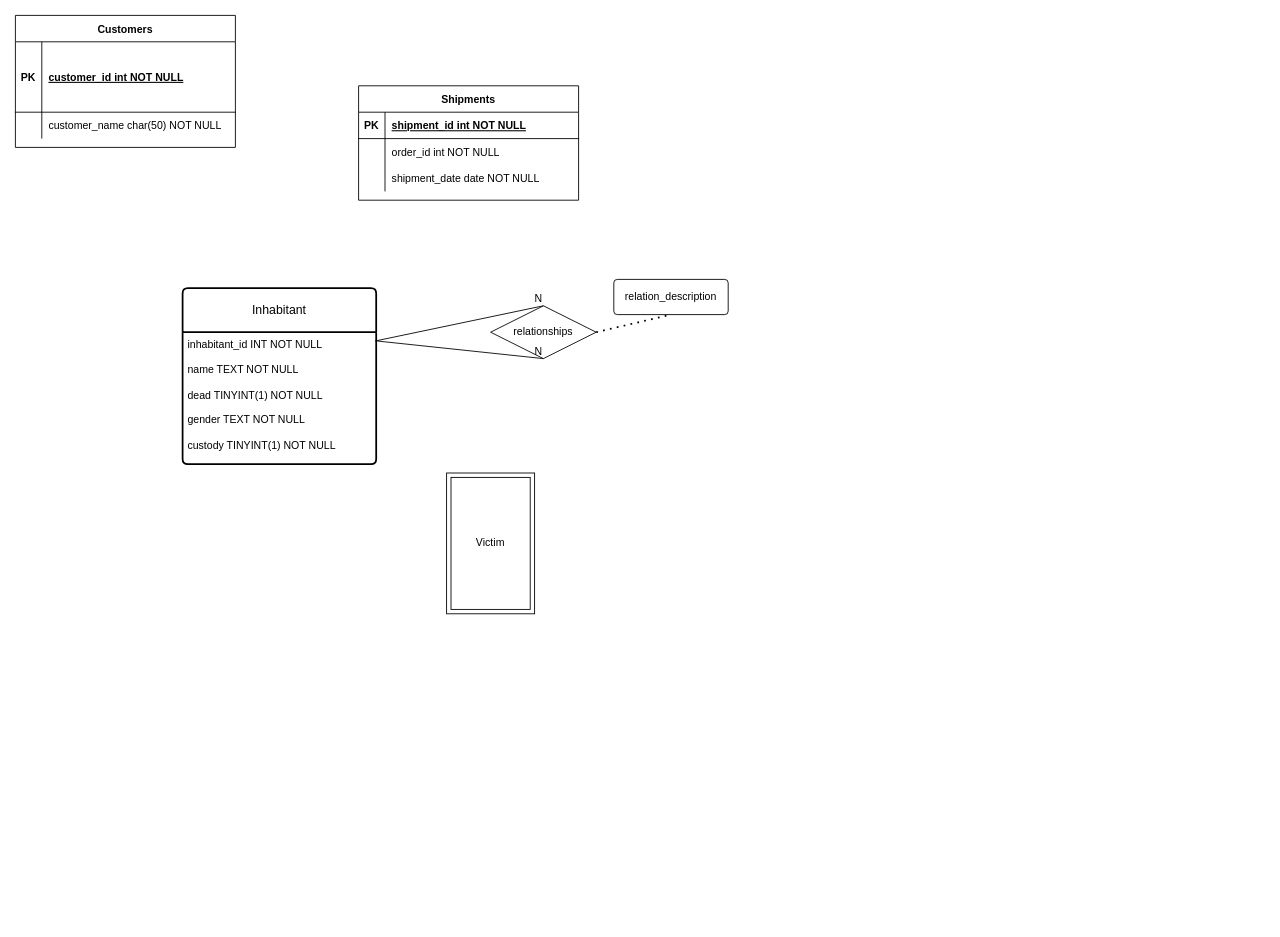
Earlier version of the draw.io diagram Untitled Diagram.drawio (chikubidestroyer/D.-Simulator). Source tidied: cells renumbered, new cells numbered last; positions are measured from the earlier drawing's top-left corner, leaving out a move shared by most shapes. Both pictures are drawn from the tidied source at 88%, with x=0, y=0 at pixel (15, 15).
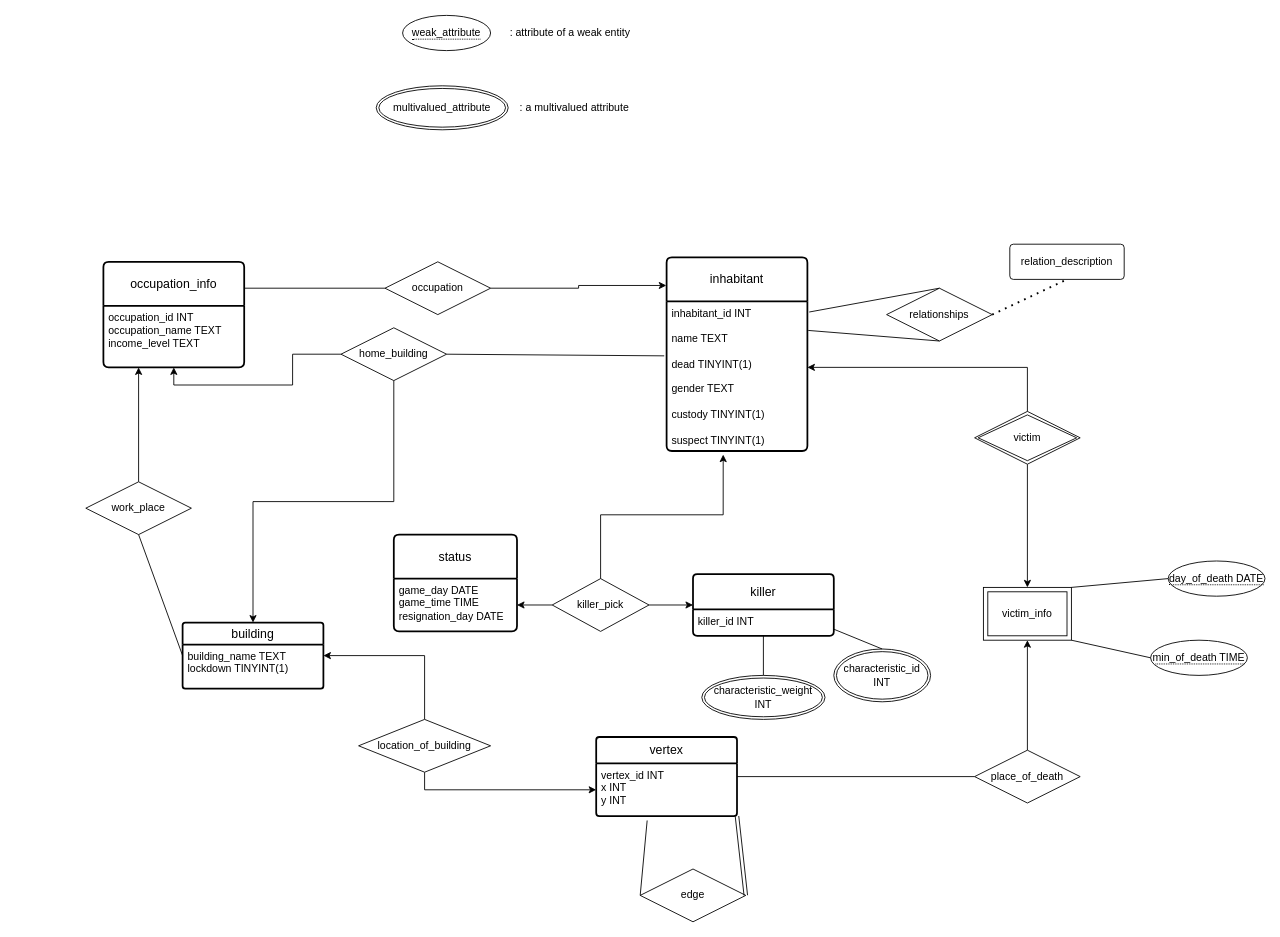
The same page after the edit.

What changed in the source:
```diff
@@
-    <mxCell id="2" value="Shipments" style="shape=table;startSize=30;childLayout=tableLayout;rowLines=0;fontStyle=1;align=center;" parent="1" vertex="1">
-      <mxGeometry x="390" y="80" width="250" height="130" as="geometry" />
-    </mxCell>
-    <mxCell id="3" style="shape=partialRectangle;fillColor=none;top=0;left=0;right=0;bottom=1;" parent="2" vertex="1">
-      <mxGeometry y="30" width="250" height="30" as="geometry" />
-    </mxCell>
-    <mxCell id="4" value="PK" style="shape=partialRectangle;overflow=hidden;fillColor=none;top=0;left=0;bottom=0;right=0;fontStyle=1;" parent="3" vertex="1">
-      <mxGeometry width="30" height="30" as="geometry" />
-    </mxCell>
-    <mxCell id="5" value="shipment_id int NOT NULL " style="shape=partialRectangle;overflow=hidden;fillColor=none;top=0;left=0;bottom=0;right=0;align=left;spacingLeft=6;fontStyle=5;" parent="3" vertex="1">
-      <mxGeometry x="30" width="220" height="30" as="geometry" />
-    </mxCell>
-    <mxCell id="6" style="shape=partialRectangle;fillColor=none;top=0;left=0;right=0;bottom=0;" parent="2" vertex="1">
-      <mxGeometry y="60" width="250" height="30" as="geometry" />
-    </mxCell>
-    <mxCell id="7" style="shape=partialRectangle;overflow=hidden;fillColor=none;top=0;left=0;bottom=0;right=0;" parent="6" vertex="1">
-      <mxGeometry width="30" height="30" as="geometry" />
-    </mxCell>
-    <mxCell id="8" value="order_id int NOT NULL" style="shape=partialRectangle;overflow=hidden;fillColor=none;top=0;left=0;bottom=0;right=0;align=left;spacingLeft=6;" parent="6" vertex="1">
-      <mxGeometry x="30" width="220" height="30" as="geometry" />
-    </mxCell>
-    <mxCell id="9" style="shape=partialRectangle;fillColor=none;top=0;left=0;right=0;bottom=0;" parent="2" vertex="1">
-      <mxGeometry y="90" width="250" height="30" as="geometry" />
-    </mxCell>
-    <mxCell id="10" style="shape=partialRectangle;overflow=hidden;fillColor=none;top=0;left=0;bottom=0;right=0;" parent="9" vertex="1">
-      <mxGeometry width="30" height="30" as="geometry" />
-    </mxCell>
-    <mxCell id="11" value="shipment_date date NOT NULL" style="shape=partialRectangle;overflow=hidden;fillColor=none;top=0;left=0;bottom=0;right=0;align=left;spacingLeft=6;" parent="9" vertex="1">
-      <mxGeometry x="30" width="220" height="30" as="geometry" />
-    </mxCell>
-    <mxCell id="12" value="Customers" style="shape=table;startSize=30;childLayout=tableLayout;rowLines=0;fontStyle=1;align=center;" parent="1" vertex="1">
-      <mxGeometry width="250" height="150" as="geometry" />
-    </mxCell>
-    <mxCell id="13" style="shape=partialRectangle;fillColor=none;top=0;left=0;right=0;bottom=1;" parent="12" vertex="1">
-      <mxGeometry y="30" width="250" height="80" as="geometry" />
-    </mxCell>
-    <mxCell id="14" value="PK" style="shape=partialRectangle;overflow=hidden;fillColor=none;top=0;left=0;bottom=0;right=0;fontStyle=1;" parent="13" vertex="1">
-      <mxGeometry width="30" height="80" as="geometry" />
-    </mxCell>
-    <mxCell id="15" value="customer_id int NOT NULL " style="shape=partialRectangle;overflow=hidden;fillColor=none;top=0;left=0;bottom=0;right=0;align=left;spacingLeft=6;fontStyle=5;" parent="13" vertex="1">
-      <mxGeometry x="30" width="220" height="80" as="geometry" />
-    </mxCell>
-    <mxCell id="16" style="shape=partialRectangle;fillColor=none;top=0;left=0;right=0;bottom=0;" parent="12" vertex="1">
-      <mxGeometry y="110" width="250" height="30" as="geometry" />
-    </mxCell>
-    <mxCell id="17" style="shape=partialRectangle;overflow=hidden;fillColor=none;top=0;left=0;bottom=0;right=0;" parent="16" vertex="1">
-      <mxGeometry width="30" height="30" as="geometry" />
-    </mxCell>
-    <mxCell id="18" value="customer_name char(50) NOT NULL" style="shape=partialRectangle;overflow=hidden;fillColor=none;top=0;left=0;bottom=0;right=0;align=left;spacingLeft=6;" parent="16" vertex="1">
-      <mxGeometry x="30" width="220" height="30" as="geometry" />
-    </mxCell>
     <mxCell id="19" value="relationships" style="shape=rhombus;perimeter=rhombusPerimeter;whiteSpace=wrap;html=1;align=center;" parent="1" vertex="1">
-      <mxGeometry x="540" y="330" width="120" height="60" as="geometry" />
+      <mxGeometry x="990" y="310" width="120" height="60" as="geometry" />
     </mxCell>
-    <mxCell id="20" style="endArrow=none;html=1;rounded=0;entryX=0.5;entryY=1;entryDx=0;entryDy=0;exitX=1.006;exitY=0.067;exitDx=0;exitDy=0;exitPerimeter=0;" parent="1" edge="1" source="28" target="19">
-      <mxGeometry relative="1" as="geometry" />
-    </mxCell>
-    <mxCell id="21" value="N" style="html=1;whiteSpace=wrap;align=right;verticalAlign=bottom;" parent="20" vertex="1">
-      <mxGeometry x="1" relative="1" as="geometry" />
-    </mxCell>
-    <mxCell id="22" style="endArrow=none;html=1;rounded=0;entryX=0.5;entryY=0;entryDx=0;entryDy=0;exitX=0.994;exitY=0.067;exitDx=0;exitDy=0;exitPerimeter=0;" parent="1" edge="1" source="28" target="19">
-      <mxGeometry relative="1" as="geometry" />
-    </mxCell>
-    <mxCell id="23" value="N" style="html=1;whiteSpace=wrap;align=right;verticalAlign=bottom;" parent="22" vertex="1">
-      <mxGeometry x="1" relative="1" as="geometry" />
-    </mxCell>
     <mxCell id="24" value="relation_description" style="rounded=1;arcSize=10;whiteSpace=wrap;html=1;align=center;" parent="1" vertex="1">
-      <mxGeometry x="680" y="300" width="130" height="40" as="geometry" />
+      <mxGeometry x="1130" y="260" width="130" height="40" as="geometry" />
     </mxCell>
@@
-    <mxCell id="26" value="Victim" style="shape=ext;margin=3;double=1;whiteSpace=wrap;html=1;align=center;" parent="1" vertex="1">
-      <mxGeometry x="490" y="520" width="100" height="160" as="geometry" />
+    <mxCell id="26" value="victim_info" style="shape=ext;margin=3;double=1;whiteSpace=wrap;html=1;align=center;snapToPoint=0;backgroundOutline=0;" parent="1" vertex="1">
+      <mxGeometry x="1100" y="650" width="100" height="60" as="geometry" />
     </mxCell>
-    <mxCell id="27" value="Inhabitant" style="swimlane;horizontal=1;startSize=50;rounded=1;fontSize=14;fontStyle=0;strokeWidth=2;shadow=0;dashed=0;align=center;arcSize=4;whiteSpace=wrap;html=1;" parent="1" vertex="1">
-      <mxGeometry x="190" y="310" width="220" height="200" as="geometry" />
+    <mxCell id="27" value="inhabitant" style="swimlane;horizontal=1;startSize=50;rounded=1;fontSize=14;fontStyle=0;strokeWidth=2;shadow=0;dashed=0;align=center;arcSize=4;whiteSpace=wrap;html=1;swimlaneBody=1;" parent="1" vertex="1">
+      <mxGeometry x="740" y="275" width="160" height="220" as="geometry" />
     </mxCell>
-    <mxCell id="28" value="inhabitant_id INT NOT NULL&lt;br&gt;&lt;br&gt;name TEXT NOT NULL&lt;br&gt;&lt;br style=&quot;border-color: var(--border-color); padding: 0px; margin: 0px;&quot;&gt;dead TINYINT(1) NOT NULL&lt;br&gt;&lt;br style=&quot;border-color: var(--border-color); padding: 0px; margin: 0px;&quot;&gt;gender TEXT NOT NULL&lt;br&gt;&lt;br style=&quot;border-color: var(--border-color); padding: 0px; margin: 0px;&quot;&gt;custody TINYINT(1) NOT NULL" style="align=left;strokeColor=none;fillColor=none;spacingLeft=4;fontSize=12;verticalAlign=top;html=1;" parent="27" vertex="1">
-      <mxGeometry y="50" width="220" height="150" as="geometry" />
+    <mxCell id="28" value="inhabitant_id INT&lt;br&gt;&lt;br&gt;name TEXT&lt;br&gt;&lt;br style=&quot;border-color: var(--border-color); padding: 0px; margin: 0px;&quot;&gt;dead TINYINT(1)&lt;br&gt;&lt;br style=&quot;border-color: var(--border-color); padding: 0px; margin: 0px;&quot;&gt;gender TEXT&lt;br&gt;&lt;br style=&quot;border-color: var(--border-color); padding: 0px; margin: 0px;&quot;&gt;custody TINYINT(1)&lt;br&gt;&lt;br&gt;suspect TINYINT(1)" style="align=left;strokeColor=none;fillColor=none;spacingLeft=4;fontSize=12;verticalAlign=top;html=1;" parent="27" vertex="1">
+      <mxGeometry y="50" width="160" height="170" as="geometry" />
     </mxCell>
+    <mxCell id="29" value="&lt;span style=&quot;border-bottom: 1px dotted&quot;&gt;day_of_death DATE&lt;/span&gt;" style="ellipse;whiteSpace=wrap;html=1;align=center;" parent="1" vertex="1">
+      <mxGeometry x="1310" y="620" width="110" height="40" as="geometry" />
+    </mxCell>
+    <mxCell id="30" style="endArrow=none;html=1;rounded=0;entryX=0;entryY=0.5;entryDx=0;entryDy=0;exitX=1;exitY=0;exitDx=0;exitDy=0;" parent="1" edge="1" source="26" target="29">
+      <mxGeometry relative="1" as="geometry" />
+    </mxCell>
+    <mxCell id="31" value="&lt;span style=&quot;border-bottom: 1px dotted&quot;&gt;min_of_death TIME&lt;/span&gt;" style="ellipse;whiteSpace=wrap;html=1;align=center;" parent="1" vertex="1">
+      <mxGeometry x="1290" y="710" width="110" height="40" as="geometry" />
+    </mxCell>
+    <mxCell id="32" style="endArrow=none;html=1;rounded=0;entryX=0;entryY=0.5;entryDx=0;entryDy=0;exitX=1;exitY=1;exitDx=0;exitDy=0;" parent="1" edge="1" source="26" target="31">
+      <mxGeometry relative="1" as="geometry" />
+    </mxCell>
+    <mxCell id="33" style="edgeStyle=orthogonalEdgeStyle;rounded=0;jettySize=auto;html=1;exitX=0.5;exitY=1;exitDx=0;exitDy=0;entryX=0.5;entryY=0;entryDx=0;entryDy=0;" parent="1" edge="1" source="34" target="26">
+      <mxGeometry relative="1" as="geometry" />
+    </mxCell>
+    <mxCell id="34" value="victim" style="shape=rhombus;double=1;perimeter=rhombusPerimeter;whiteSpace=wrap;html=1;align=center;" parent="1" vertex="1">
+      <mxGeometry x="1090" y="450" width="120" height="60" as="geometry" />
+    </mxCell>
+    <mxCell id="35" value="vertex" style="swimlane;horizontal=1;startSize=30;rounded=1;fontSize=14;fontStyle=0;strokeWidth=2;shadow=0;dashed=0;align=center;arcSize=4;whiteSpace=wrap;html=1;" parent="1" vertex="1">
+      <mxGeometry x="660" y="820" width="160" height="90" as="geometry" />
+    </mxCell>
+    <mxCell id="36" value="vertex_id INT&lt;br&gt;x INT&lt;br&gt;y INT" style="align=left;strokeColor=none;fillColor=none;spacingLeft=4;fontSize=12;verticalAlign=top;html=1;" parent="35" vertex="1">
+      <mxGeometry y="30" width="160" height="60" as="geometry" />
+    </mxCell>
+    <mxCell id="37" style="edgeStyle=orthogonalEdgeStyle;rounded=0;jettySize=auto;html=1;exitX=0.5;exitY=0;exitDx=0;exitDy=0;entryX=0.5;entryY=1;entryDx=0;entryDy=0;" parent="1" edge="1" source="38" target="26">
+      <mxGeometry relative="1" as="geometry" />
+    </mxCell>
+    <mxCell id="38" value="place_of_death" style="shape=rhombus;perimeter=rhombusPerimeter;whiteSpace=wrap;html=1;align=center;" parent="1" vertex="1">
+      <mxGeometry x="1090" y="835" width="120" height="60" as="geometry" />
+    </mxCell>
+    <mxCell id="39" style="endArrow=none;html=1;rounded=0;entryX=0.5;entryY=0;entryDx=0;entryDy=0;exitX=1.013;exitY=0.071;exitDx=0;exitDy=0;exitPerimeter=0;" parent="1" edge="1" source="28" target="19">
+      <mxGeometry relative="1" as="geometry" />
+    </mxCell>
+    <mxCell id="40" style="endArrow=none;html=1;rounded=0;entryX=0.5;entryY=1;entryDx=0;entryDy=0;exitX=1.006;exitY=0.194;exitDx=0;exitDy=0;exitPerimeter=0;" parent="1" edge="1" source="28" target="19">
+      <mxGeometry relative="1" as="geometry" />
+    </mxCell>
+    <mxCell id="41" style="edgeStyle=orthogonalEdgeStyle;rounded=0;jettySize=auto;html=1;exitX=0.5;exitY=0;exitDx=0;exitDy=0;entryX=1;entryY=0.441;entryDx=0;entryDy=0;entryPerimeter=0;" parent="1" edge="1" source="34" target="28">
+      <mxGeometry relative="1" as="geometry" />
+    </mxCell>
+    <mxCell id="42" style="endArrow=none;html=1;rounded=0;entryX=0;entryY=0.5;entryDx=0;entryDy=0;exitX=1;exitY=0.5;exitDx=0;exitDy=0;" parent="1" edge="1" source="35" target="38">
+      <mxGeometry relative="1" as="geometry" />
+    </mxCell>
+    <mxCell id="43" value="edge" style="shape=rhombus;perimeter=rhombusPerimeter;whiteSpace=wrap;html=1;align=center;" parent="1" vertex="1">
+      <mxGeometry x="710" y="970" width="120" height="60" as="geometry" />
+    </mxCell>
+    <mxCell id="44" style="shape=link;html=1;rounded=0;entryX=1;entryY=0.5;entryDx=0;entryDy=0;exitX=1;exitY=1;exitDx=0;exitDy=0;" parent="1" edge="1" source="36" target="43">
+      <mxGeometry relative="1" as="geometry" />
+    </mxCell>
+    <mxCell id="45" style="html=1;whiteSpace=wrap;align=right;verticalAlign=bottom;" parent="44" vertex="1">
+      <mxGeometry x="1" relative="1" as="geometry" />
+    </mxCell>
+    <mxCell id="46" style="endArrow=none;html=1;rounded=0;entryX=0;entryY=0.5;entryDx=0;entryDy=0;exitX=0.362;exitY=1.081;exitDx=0;exitDy=0;exitPerimeter=0;" parent="1" edge="1" source="36" target="43">
+      <mxGeometry relative="1" as="geometry" />
+    </mxCell>
+    <mxCell id="47" value="building" style="swimlane;horizontal=1;startSize=25;rounded=1;fontSize=14;fontStyle=0;strokeWidth=2;shadow=0;dashed=0;align=center;arcSize=4;whiteSpace=wrap;html=1;" parent="1" vertex="1">
+      <mxGeometry x="190" y="690" width="160" height="75" as="geometry" />
+    </mxCell>
+    <mxCell id="48" value="building_name TEXT&lt;br&gt;lockdown TINYINT(1)" style="align=left;strokeColor=none;fillColor=none;spacingLeft=4;fontSize=12;verticalAlign=top;html=1;" parent="47" vertex="1">
+      <mxGeometry y="25" width="160" height="50" as="geometry" />
+    </mxCell>
+    <mxCell id="49" style="edgeStyle=orthogonalEdgeStyle;rounded=0;jettySize=auto;html=1;exitX=0.5;exitY=0;exitDx=0;exitDy=0;entryX=1;entryY=0.25;entryDx=0;entryDy=0;" parent="1" edge="1" source="51" target="48">
+      <mxGeometry relative="1" as="geometry" />
+    </mxCell>
+    <mxCell id="50" style="edgeStyle=orthogonalEdgeStyle;rounded=0;jettySize=auto;html=1;exitX=0.5;exitY=1;exitDx=0;exitDy=0;entryX=0;entryY=0.5;entryDx=0;entryDy=0;" parent="1" edge="1" source="51" target="36">
+      <mxGeometry relative="1" as="geometry" />
+    </mxCell>
+    <mxCell id="51" value="location_of_building" style="shape=rhombus;perimeter=rhombusPerimeter;whiteSpace=wrap;html=1;align=center;" parent="1" vertex="1">
+      <mxGeometry x="390" y="800" width="150" height="60" as="geometry" />
+    </mxCell>
+    <mxCell id="52" style="edgeStyle=orthogonalEdgeStyle;rounded=0;jettySize=auto;html=1;exitX=0.5;exitY=1;exitDx=0;exitDy=0;" parent="1" edge="1" source="54" target="47">
+      <mxGeometry relative="1" as="geometry" />
+    </mxCell>
+    <mxCell id="53" style="edgeStyle=orthogonalEdgeStyle;rounded=0;jettySize=auto;html=1;exitX=0;exitY=0.5;exitDx=0;exitDy=0;entryX=0.5;entryY=1;entryDx=0;entryDy=0;" parent="1" edge="1" source="54" target="57">
+      <mxGeometry relative="1" as="geometry" />
+    </mxCell>
+    <mxCell id="54" value="home_building" style="shape=rhombus;perimeter=rhombusPerimeter;whiteSpace=wrap;html=1;align=center;" parent="1" vertex="1">
+      <mxGeometry x="370" y="355" width="120" height="60" as="geometry" />
+    </mxCell>
+    <mxCell id="55" style="endArrow=none;html=1;rounded=0;entryX=-0.017;entryY=0.364;entryDx=0;entryDy=0;entryPerimeter=0;exitX=1;exitY=0.5;exitDx=0;exitDy=0;" parent="1" edge="1" source="54" target="28">
+      <mxGeometry relative="1" as="geometry" />
+    </mxCell>
+    <mxCell id="56" value="occupation_info" style="swimlane;horizontal=1;startSize=50;rounded=1;fontSize=14;fontStyle=0;strokeWidth=2;shadow=0;dashed=0;align=center;arcSize=4;whiteSpace=wrap;html=1;" parent="1" vertex="1">
+      <mxGeometry x="100" y="280" width="160" height="120" as="geometry" />
+    </mxCell>
+    <mxCell id="57" value="occupation_id INT&lt;br&gt;occupation_name TEXT&lt;br&gt;income_level TEXT" style="align=left;strokeColor=none;fillColor=none;spacingLeft=4;fontSize=12;verticalAlign=top;html=1;" parent="56" vertex="1">
+      <mxGeometry y="50" width="160" height="70" as="geometry" />
+    </mxCell>
+    <mxCell id="58" style="edgeStyle=orthogonalEdgeStyle;rounded=0;jettySize=auto;html=1;exitX=0.5;exitY=0;exitDx=0;exitDy=0;entryX=0.25;entryY=1;entryDx=0;entryDy=0;" parent="1" edge="1" source="59" target="57">
+      <mxGeometry relative="1" as="geometry" />
+    </mxCell>
+    <mxCell id="59" value="work_place" style="shape=rhombus;perimeter=rhombusPerimeter;whiteSpace=wrap;html=1;align=center;" parent="1" vertex="1">
+      <mxGeometry x="80" y="530" width="120" height="60" as="geometry" />
+    </mxCell>
+    <mxCell id="60" style="endArrow=none;html=1;rounded=0;entryX=0;entryY=0.25;entryDx=0;entryDy=0;exitX=0.5;exitY=1;exitDx=0;exitDy=0;" parent="1" edge="1" source="59" target="48">
+      <mxGeometry relative="1" as="geometry" />
+    </mxCell>
+    <mxCell id="61" value="occupation" style="shape=rhombus;perimeter=rhombusPerimeter;whiteSpace=wrap;html=1;align=center;" parent="1" vertex="1">
+      <mxGeometry x="420" y="280" width="120" height="60" as="geometry" />
+    </mxCell>
+    <mxCell id="62" style="edgeStyle=orthogonalEdgeStyle;rounded=0;jettySize=auto;html=1;exitX=1;exitY=0.5;exitDx=0;exitDy=0;entryX=-0.002;entryY=0.145;entryDx=0;entryDy=0;entryPerimeter=0;" parent="1" edge="1" source="61" target="27">
+      <mxGeometry relative="1" as="geometry" />
+    </mxCell>
+    <mxCell id="63" style="endArrow=none;html=1;rounded=0;entryX=0;entryY=0.5;entryDx=0;entryDy=0;exitX=1;exitY=0.25;exitDx=0;exitDy=0;" parent="1" edge="1" source="56" target="61">
+      <mxGeometry relative="1" as="geometry" />
+    </mxCell>
+    <mxCell id="64" value="status" style="swimlane;horizontal=1;startSize=50;rounded=1;fontSize=14;fontStyle=0;strokeWidth=2;shadow=0;dashed=0;align=center;arcSize=4;whiteSpace=wrap;html=1;" parent="1" vertex="1">
+      <mxGeometry x="430" y="590" width="140" height="110" as="geometry" />
+    </mxCell>
+    <mxCell id="65" value="game_day DATE&lt;br&gt;game_time TIME&lt;br&gt;resignation_day DATE" style="align=left;strokeColor=none;fillColor=none;spacingLeft=4;fontSize=12;verticalAlign=top;html=1;" parent="64" vertex="1">
+      <mxGeometry y="50" width="140" height="60" as="geometry" />
+    </mxCell>
+    <mxCell id="66" value="killer" style="swimlane;horizontal=1;startSize=40;rounded=1;fontSize=14;fontStyle=0;strokeWidth=2;shadow=0;dashed=0;align=center;arcSize=4;whiteSpace=wrap;html=1;" parent="1" vertex="1">
+      <mxGeometry x="770" y="635" width="160" height="70" as="geometry" />
+    </mxCell>
+    <mxCell id="67" value="killer_id INT" style="align=left;strokeColor=none;fillColor=none;spacingLeft=4;fontSize=12;verticalAlign=top;html=1;" parent="66" vertex="1">
+      <mxGeometry y="40" width="160" height="30" as="geometry" />
+    </mxCell>
+    <mxCell id="68" value="characteristic_id INT" style="ellipse;shape=doubleEllipse;margin=3;whiteSpace=wrap;html=1;align=center;" parent="1" vertex="1">
+      <mxGeometry x="930" y="720" width="110" height="60" as="geometry" />
+    </mxCell>
+    <mxCell id="69" value="characteristic_weight&lt;br&gt;INT" style="ellipse;shape=doubleEllipse;margin=3;whiteSpace=wrap;html=1;align=center;" parent="1" vertex="1">
+      <mxGeometry x="780" y="750" width="140" height="50" as="geometry" />
+    </mxCell>
+    <mxCell id="70" style="endArrow=none;html=1;rounded=0;entryX=0.5;entryY=1;entryDx=0;entryDy=0;exitX=0.5;exitY=0;exitDx=0;exitDy=0;" parent="1" edge="1" source="69" target="67">
+      <mxGeometry relative="1" as="geometry" />
+    </mxCell>
+    <mxCell id="71" style="endArrow=none;html=1;rounded=0;entryX=0.5;entryY=0;entryDx=0;entryDy=0;exitX=1;exitY=0.75;exitDx=0;exitDy=0;" parent="1" edge="1" source="67" target="68">
+      <mxGeometry relative="1" as="geometry" />
+    </mxCell>
+    <mxCell id="72" style="edgeStyle=orthogonalEdgeStyle;rounded=0;jettySize=auto;html=1;exitX=0;exitY=0.5;exitDx=0;exitDy=0;entryX=1;entryY=0.5;entryDx=0;entryDy=0;" parent="1" edge="1" source="74" target="65">
+      <mxGeometry relative="1" as="geometry" />
+    </mxCell>
+    <mxCell id="73" style="edgeStyle=orthogonalEdgeStyle;rounded=0;jettySize=auto;html=1;entryX=0;entryY=0.5;entryDx=0;entryDy=0;" parent="1" edge="1" source="74" target="66">
+      <mxGeometry relative="1" as="geometry" />
+    </mxCell>
+    <mxCell id="74" value="killer_pick" style="shape=rhombus;perimeter=rhombusPerimeter;whiteSpace=wrap;html=1;align=center;" parent="1" vertex="1">
+      <mxGeometry x="610" y="640" width="110" height="60" as="geometry" />
+    </mxCell>
+    <mxCell id="75" style="edgeStyle=orthogonalEdgeStyle;rounded=0;jettySize=auto;html=1;exitX=0.5;exitY=0;exitDx=0;exitDy=0;entryX=0.402;entryY=1.024;entryDx=0;entryDy=0;entryPerimeter=0;" parent="1" edge="1" source="74" target="28">
+      <mxGeometry relative="1" as="geometry" />
+    </mxCell>
+    <mxCell id="76" value="&lt;span style=&quot;border-bottom: 1px dotted&quot;&gt;weak_attribute&lt;/span&gt;" style="ellipse;whiteSpace=wrap;html=1;align=center;" parent="1" vertex="1">
+      <mxGeometry x="440" width="100" height="40" as="geometry" />
+    </mxCell>
+    <mxCell id="77" value="multivalued_attribute" style="ellipse;shape=doubleEllipse;margin=3;whiteSpace=wrap;html=1;align=center;" parent="1" vertex="1">
+      <mxGeometry x="410" y="80" width="150" height="50" as="geometry" />
+    </mxCell>
+    <mxCell id="78" value=": attribute of a weak entity" style="text;html=1;align=center;verticalAlign=middle;strokeColor=none;fillColor=none;" parent="1" vertex="1">
+      <mxGeometry x="550" y="5" width="160" height="30" as="geometry" />
+    </mxCell>
+    <mxCell id="79" value=": a multivalued attribute" style="text;html=1;align=center;verticalAlign=middle;strokeColor=none;fillColor=none;" parent="1" vertex="1">
+      <mxGeometry x="560" y="90" width="150" height="30" as="geometry" />
+    </mxCell>
```
